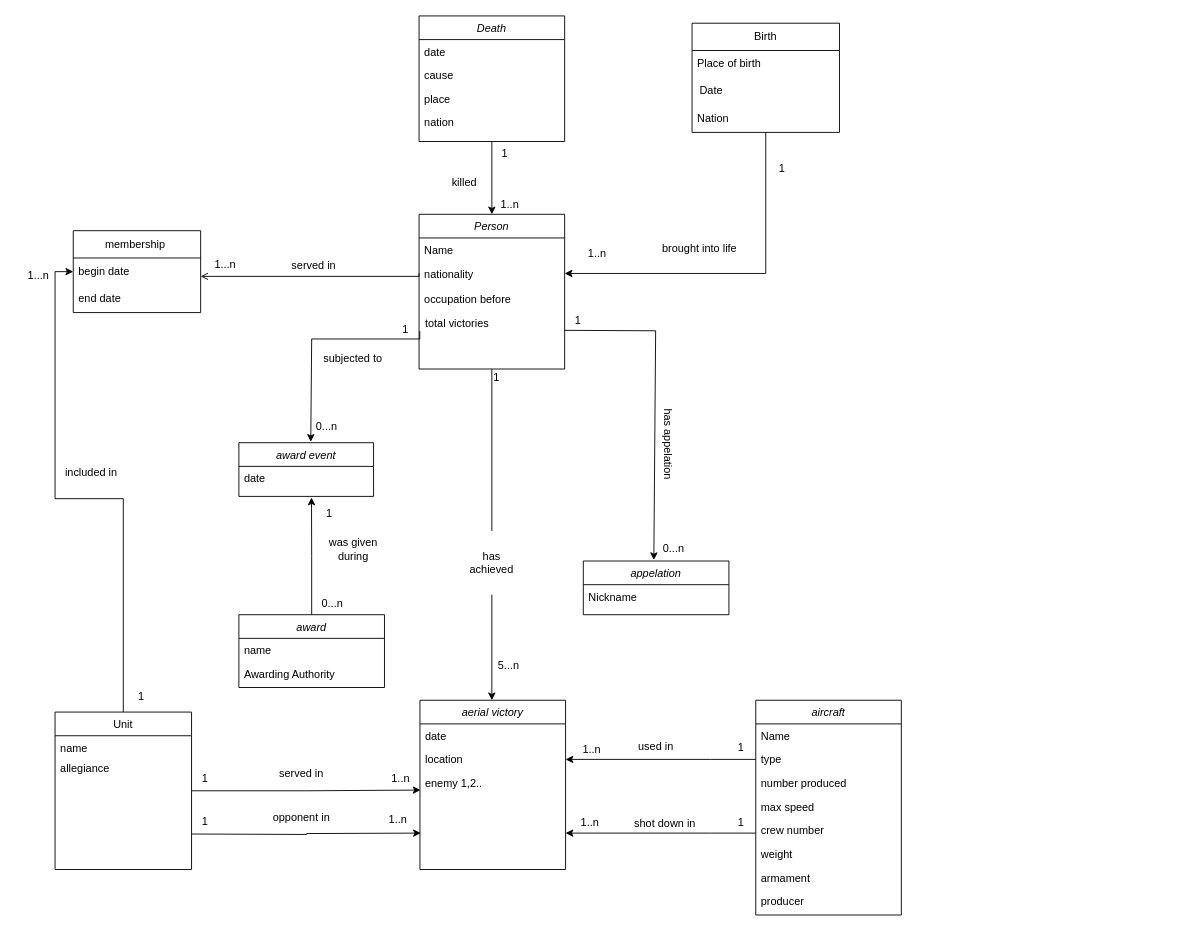
Earlier version of the draw.io diagram modele_conceptuel_as.drawio (samohTDNM/Les-as-de-la-Grande-Guerre-). Source tidied: cells renumbered, new cells numbered last; positions are measured from the earlier drawing's top-left corner, leaving out a move shared by most shapes. Both pictures are drawn from the tidied source at 91%, with x=0, y=0 at pixel (15, 15).
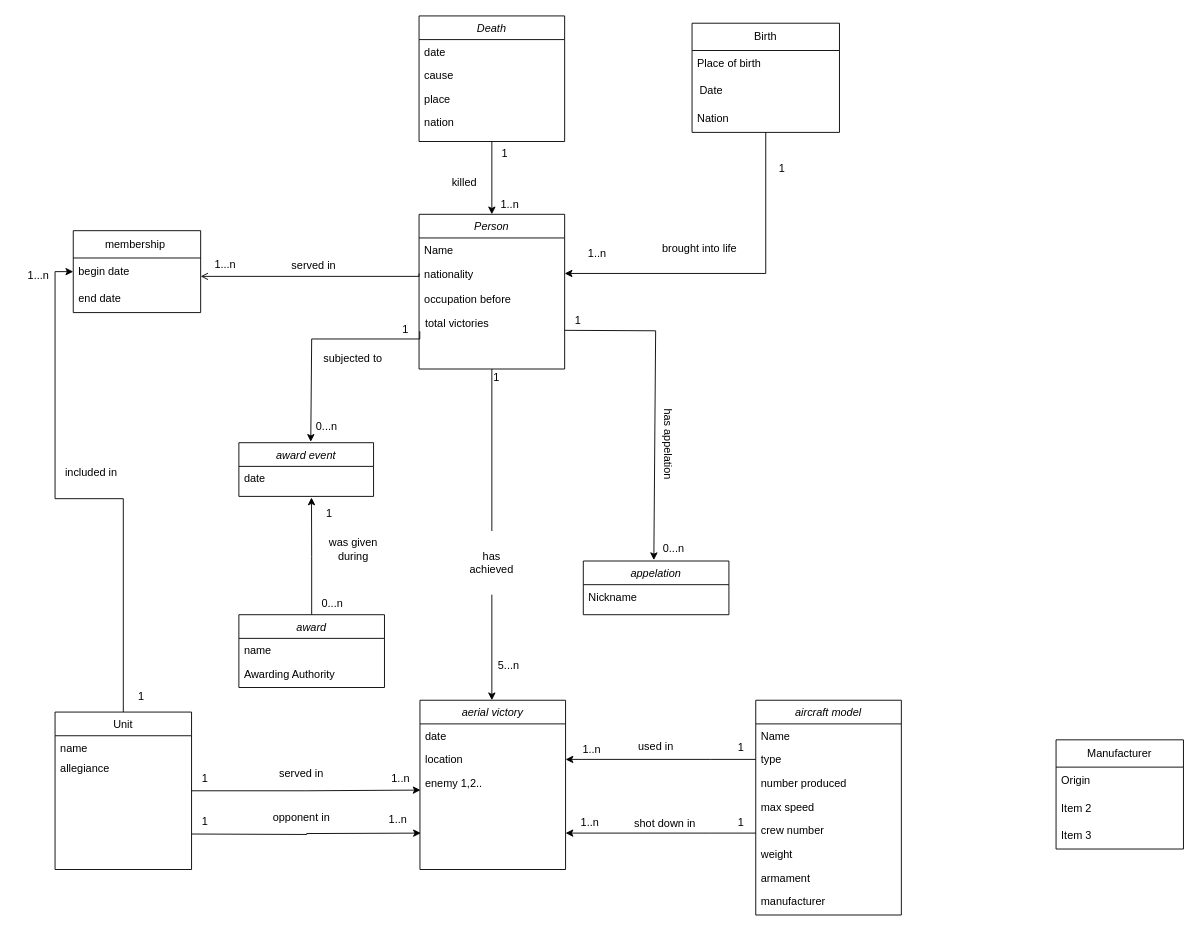
The same diagram, later.

What changed in the source:
```diff
@@
-    <mxCell id="15" value="aircraft" style="swimlane;fontStyle=2;align=center;verticalAlign=top;horizontal=1;startSize=26;rounded=0;shadow=0;strokeWidth=1;" parent="1" vertex="1">
+    <mxCell id="15" value="aircraft model" style="swimlane;fontStyle=2;align=center;verticalAlign=top;horizontal=1;startSize=26;rounded=0;shadow=0;strokeWidth=1;" parent="1" vertex="1">
       <mxGeometry x="813" y="752" width="160" height="236" as="geometry" />
     </mxCell>
@@
-    <mxCell id="23" value="producer" style="text;align=left;verticalAlign=top;spacingLeft=4;spacingRight=4;overflow=hidden;rounded=0;shadow=0;html=0;" parent="15" vertex="1">
+    <mxCell id="23" value="manufacturer" style="text;align=left;verticalAlign=top;spacingLeft=4;spacingRight=4;overflow=hidden;rounded=0;shadow=0;html=0;" parent="15" vertex="1">
       <mxGeometry y="208" width="160" height="26" as="geometry" />
     </mxCell>
@@
+    <mxCell id="95" value="Manufacturer" style="swimlane;fontStyle=0;horizontal=1;startSize=30;whiteSpace=wrap;html=1;" parent="1" vertex="1">
+      <mxGeometry x="1143" y="795.5" width="140" height="120" as="geometry" />
+    </mxCell>
+    <mxCell id="96" value="Origin&amp;nbsp;" style="text;strokeColor=none;fillColor=none;align=left;verticalAlign=middle;spacingLeft=4;spacingRight=4;overflow=hidden;whiteSpace=wrap;html=1;" parent="95" vertex="1">
+      <mxGeometry y="30" width="140" height="30" as="geometry" />
+    </mxCell>
+    <mxCell id="97" value="Item 2" style="text;strokeColor=none;fillColor=none;align=left;verticalAlign=middle;spacingLeft=4;spacingRight=4;overflow=hidden;whiteSpace=wrap;html=1;" parent="95" vertex="1">
+      <mxGeometry y="60" width="140" height="30" as="geometry" />
+    </mxCell>
+    <mxCell id="98" value="Item 3" style="text;strokeColor=none;fillColor=none;align=left;verticalAlign=middle;spacingLeft=4;spacingRight=4;overflow=hidden;whiteSpace=wrap;html=1;" parent="95" vertex="1">
+      <mxGeometry y="90" width="140" height="30" as="geometry" />
+    </mxCell>
```
